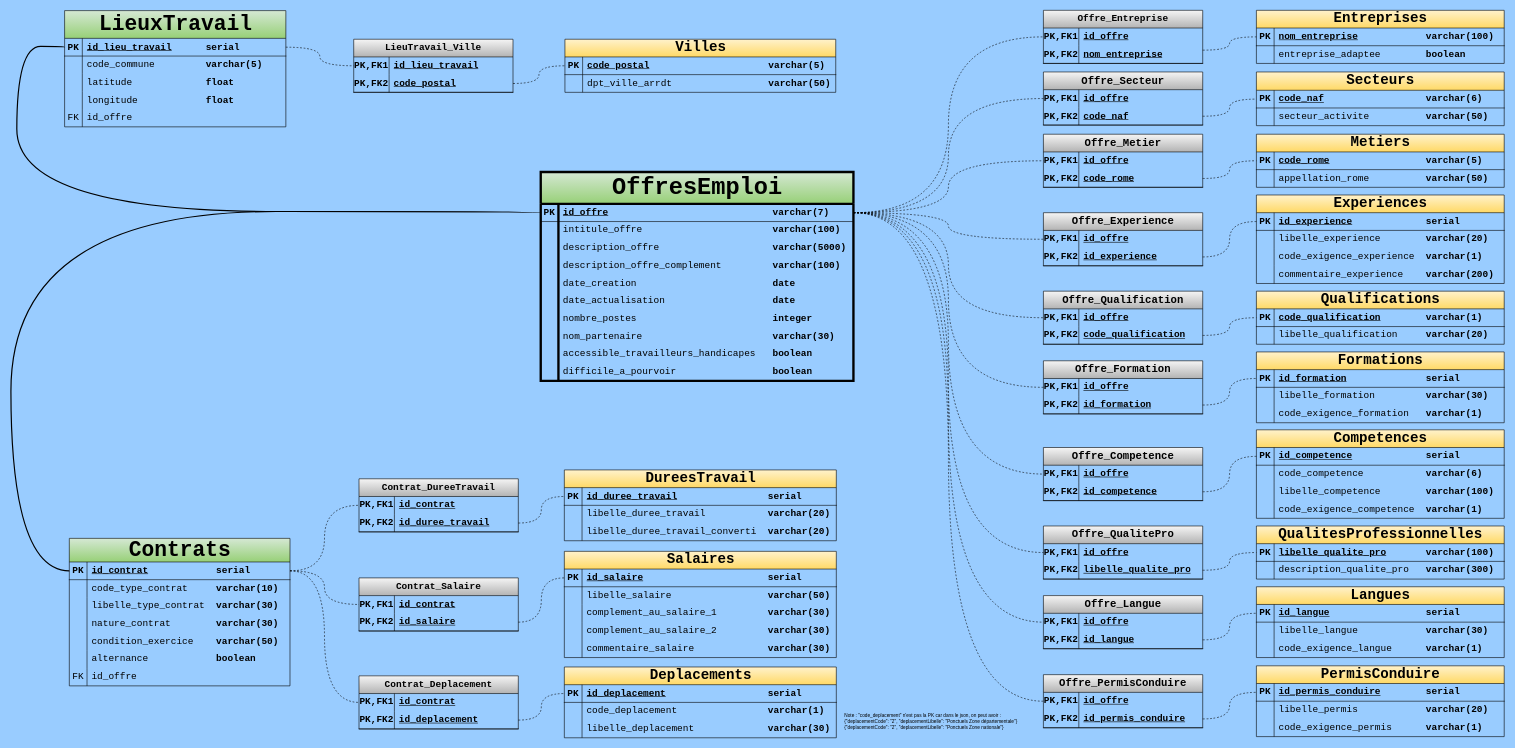
vimchun/Job-Market-in-France keeps this draw.io diagram as load_sql/France_Travail/UML_francetravail_v2_plus_tables_de_transition.drawio. Above is the earlier version. Source tidied: cells renumbered, new cells numbered last; positions are measured from the earlier drawing's top-left corner, leaving out a move shared by most shapes. Both pictures are drawn from the tidied source at 59%, with x=0, y=0 at pixel (11, 10).
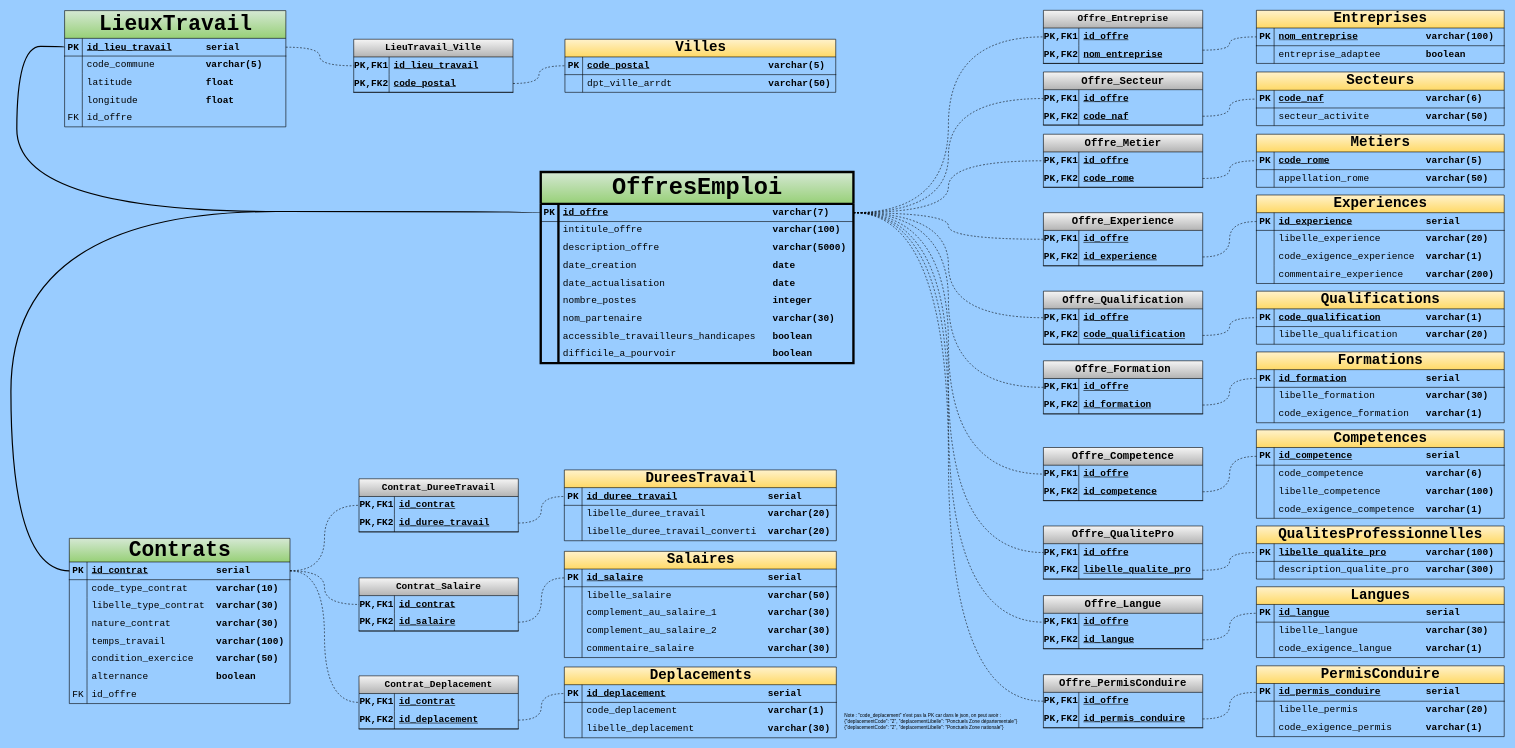
After the change.

Commit message (it also covers changes not shown here):
début grosse mise à jour script python pour insert into tables

Change to the diagram source:
```diff
@@
     <mxCell id="2" value="&lt;font style=&quot;font-size: 40px;&quot;&gt;OffresEmploi&lt;/font&gt;" style="shape=table;startSize=54;childLayout=tableLayout;rowLines=0;fontStyle=1;align=center;html=1;fillColor=#d5e8d4;strokeColor=#000000;rounded=0;swimlaneLine=1;shadow=0;fontFamily=Courier New;fontSize=16;textShadow=0;labelBorderColor=none;labelBackgroundColor=none;perimeterSpacing=0;swimlaneFillColor=none;gradientColor=#97d077;strokeWidth=4;" parent="1" vertex="1">
-      <mxGeometry x="898" y="274" width="530" height="354" as="geometry" />
+      <mxGeometry x="898" y="274" width="530" height="324" as="geometry" />
     </mxCell>
@@
-    <mxCell id="12" style="shape=tableRow;horizontal=0;startSize=0;swimlaneHead=0;swimlaneBody=0;fillColor=none;top=0;left=0;right=0;bottom=0;rounded=0;fontFamily=Courier New;fontSize=16;perimeterSpacing=0;shadow=0;swimlaneFillColor=none;strokeColor=#000000;" parent="2" vertex="1">
-      <mxGeometry y="144" width="530" height="30" as="geometry" />
-    </mxCell>
-    <mxCell id="13" style="shape=partialRectangle;fillColor=none;top=0;left=0;bottom=0;right=0;overflow=hidden;whiteSpace=wrap;html=1;rounded=0;fontFamily=Courier New;fontSize=16;perimeterSpacing=0;shadow=0;swimlaneFillColor=none;strokeColor=#000000;" parent="12" vertex="1">
-      <mxGeometry width="30" height="30" as="geometry" />
-    </mxCell>
-    <mxCell id="14" value="description_offre_complement&amp;nbsp; &amp;nbsp; &amp;nbsp; &amp;nbsp; &amp;nbsp;&lt;b&gt;varchar(100)&lt;/b&gt;" style="shape=partialRectangle;fillColor=none;top=0;left=0;bottom=0;right=0;align=left;spacingLeft=6;overflow=hidden;whiteSpace=wrap;html=1;rounded=0;fontFamily=Courier New;fontSize=16;perimeterSpacing=0;shadow=0;swimlaneFillColor=none;strokeColor=#000000;" parent="12" vertex="1">
-      <mxGeometry x="30" width="500" height="30" as="geometry" />
-    </mxCell>
     <mxCell id="15" style="shape=tableRow;horizontal=0;startSize=0;swimlaneHead=0;swimlaneBody=0;fillColor=none;top=0;left=0;right=0;bottom=0;rounded=0;fontFamily=Courier New;fontSize=16;perimeterSpacing=0;shadow=0;swimlaneFillColor=none;strokeColor=#000000;" parent="2" vertex="1">
-      <mxGeometry y="174" width="530" height="30" as="geometry" />
+      <mxGeometry y="144" width="530" height="30" as="geometry" />
     </mxCell>
@@
     <mxCell id="18" style="shape=tableRow;horizontal=0;startSize=0;swimlaneHead=0;swimlaneBody=0;fillColor=none;top=0;left=0;right=0;bottom=0;rounded=0;fontFamily=Courier New;fontSize=16;perimeterSpacing=0;shadow=0;swimlaneFillColor=none;strokeColor=#000000;" parent="2" vertex="1">
-      <mxGeometry y="204" width="530" height="30" as="geometry" />
+      <mxGeometry y="174" width="530" height="30" as="geometry" />
     </mxCell>
@@
     <mxCell id="21" style="shape=tableRow;horizontal=0;startSize=0;swimlaneHead=0;swimlaneBody=0;fillColor=none;top=0;left=0;right=0;bottom=0;rounded=0;fontFamily=Courier New;fontSize=16;perimeterSpacing=0;shadow=0;swimlaneFillColor=none;strokeColor=#000000;" parent="2" vertex="1">
-      <mxGeometry y="234" width="530" height="30" as="geometry" />
+      <mxGeometry y="204" width="530" height="30" as="geometry" />
     </mxCell>
@@
     <mxCell id="24" style="shape=tableRow;horizontal=0;startSize=0;swimlaneHead=0;swimlaneBody=0;fillColor=none;top=0;left=0;right=0;bottom=0;rounded=0;fontFamily=Courier New;fontSize=16;perimeterSpacing=0;shadow=0;swimlaneFillColor=none;strokeColor=#000000;" parent="2" vertex="1">
-      <mxGeometry y="264" width="530" height="30" as="geometry" />
+      <mxGeometry y="234" width="530" height="30" as="geometry" />
     </mxCell>
@@
     <mxCell id="27" style="shape=tableRow;horizontal=0;startSize=0;swimlaneHead=0;swimlaneBody=0;fillColor=none;top=0;left=0;right=0;bottom=0;rounded=0;fontFamily=Courier New;fontSize=16;perimeterSpacing=0;shadow=0;swimlaneFillColor=none;strokeColor=#000000;" parent="2" vertex="1">
-      <mxGeometry y="294" width="530" height="30" as="geometry" />
+      <mxGeometry y="264" width="530" height="30" as="geometry" />
     </mxCell>
@@
     <mxCell id="30" style="shape=tableRow;horizontal=0;startSize=0;swimlaneHead=0;swimlaneBody=0;fillColor=none;top=0;left=0;right=0;bottom=0;rounded=0;fontFamily=Courier New;fontSize=16;perimeterSpacing=0;shadow=0;swimlaneFillColor=none;strokeColor=#000000;" parent="2" vertex="1">
-      <mxGeometry y="324" width="530" height="30" as="geometry" />
+      <mxGeometry y="294" width="530" height="30" as="geometry" />
     </mxCell>
@@
     <mxCell id="47" value="&lt;font style=&quot;font-size: 36px;&quot;&gt;Contrats&lt;/font&gt;" style="shape=table;startSize=40;childLayout=tableLayout;rowLines=0;fontStyle=1;align=center;html=1;fillColor=#d5e8d4;strokeColor=#000000;rounded=0;fontFamily=Courier New;fontSize=16;gradientColor=#97d077;" parent="1" vertex="1">
-      <mxGeometry x="99" y="895" width="374" height="250" as="geometry" />
+      <mxGeometry x="99" y="895" width="374" height="280" as="geometry" />
     </mxCell>
@@
+    <mxCell id="335" style="shape=tableRow;horizontal=0;startSize=0;swimlaneHead=0;swimlaneBody=0;fillColor=none;top=0;left=0;right=0;bottom=0;rounded=0;fontFamily=Courier New;fontSize=16;strokeColor=#000000;" parent="47" vertex="1">
+      <mxGeometry y="160" width="374" height="30" as="geometry" />
+    </mxCell>
+    <mxCell id="336" style="shape=partialRectangle;fillColor=none;top=0;left=0;bottom=0;right=0;overflow=hidden;whiteSpace=wrap;html=1;rounded=0;fontFamily=Courier New;fontSize=16;strokeColor=#000000;" parent="335" vertex="1">
+      <mxGeometry width="30" height="30" as="geometry" />
+    </mxCell>
+    <mxCell id="337" value="temps_travail&amp;nbsp; &amp;nbsp; &amp;nbsp; &amp;nbsp;&lt;span style=&quot;color: light-dark(rgb(0, 0, 0), rgb(255, 255, 255)); background-color: transparent;&quot;&gt;&amp;nbsp; &lt;/span&gt;&lt;b style=&quot;color: light-dark(rgb(0, 0, 0), rgb(255, 255, 255)); background-color: transparent;&quot;&gt;varchar(100)&lt;/b&gt;" style="shape=partialRectangle;fillColor=none;top=0;left=0;bottom=0;right=0;align=left;spacingLeft=6;overflow=hidden;whiteSpace=wrap;html=1;rounded=0;fontFamily=Courier New;fontSize=16;strokeColor=#000000;" parent="335" vertex="1">
+      <mxGeometry x="30" width="344" height="30" as="geometry" />
+    </mxCell>
     <mxCell id="60" style="shape=tableRow;horizontal=0;startSize=0;swimlaneHead=0;swimlaneBody=0;fillColor=none;top=0;left=0;right=0;bottom=0;rounded=0;fontFamily=Courier New;fontSize=16;strokeColor=#000000;" parent="47" vertex="1">
-      <mxGeometry y="160" width="374" height="30" as="geometry" />
+      <mxGeometry y="190" width="374" height="30" as="geometry" />
     </mxCell>
@@
     <mxCell id="63" style="shape=tableRow;horizontal=0;startSize=0;swimlaneHead=0;swimlaneBody=0;fillColor=none;top=0;left=0;right=0;bottom=0;rounded=0;fontFamily=Courier New;fontSize=16;strokeColor=#000000;" parent="47" vertex="1">
-      <mxGeometry y="190" width="374" height="30" as="geometry" />
+      <mxGeometry y="220" width="374" height="30" as="geometry" />
     </mxCell>
@@
     <mxCell id="66" style="shape=tableRow;horizontal=0;startSize=0;swimlaneHead=0;swimlaneBody=0;fillColor=none;top=0;left=0;right=0;bottom=0;rounded=0;fontFamily=Courier New;fontSize=16;strokeColor=#000000;" parent="47" vertex="1">
-      <mxGeometry y="220" width="374" height="30" as="geometry" />
+      <mxGeometry y="250" width="374" height="30" as="geometry" />
     </mxCell>
```
